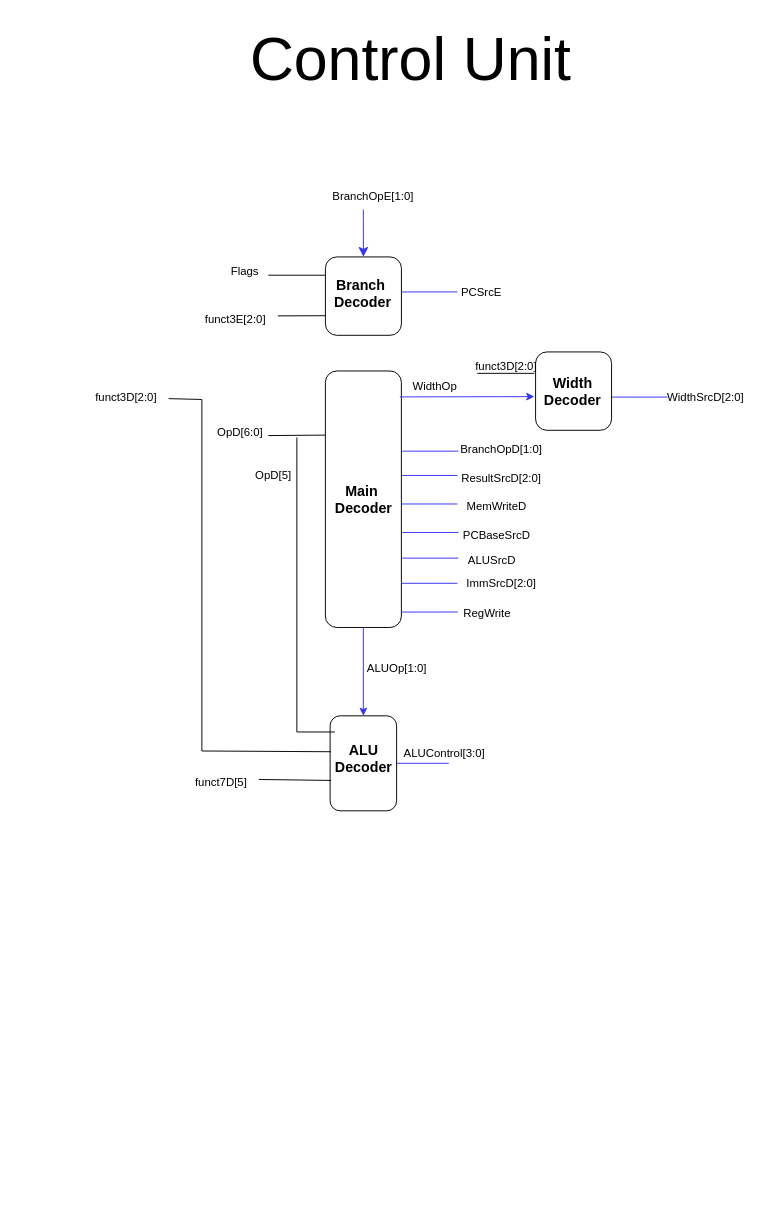
Before: page "Control Unit" (3 of 3) of Documentation/RISC-V Pipelined Schematic.drawio in Biggo03/RISC-V-Pipelined, a draw.io diagram. Source tidied: cells renumbered, new cells numbered last; positions are measured from the earlier drawing's top-left corner, leaving out a move shared by most shapes. Both pictures are drawn from the tidied source at 95%, with x=0, y=0 at pixel (83, 16).
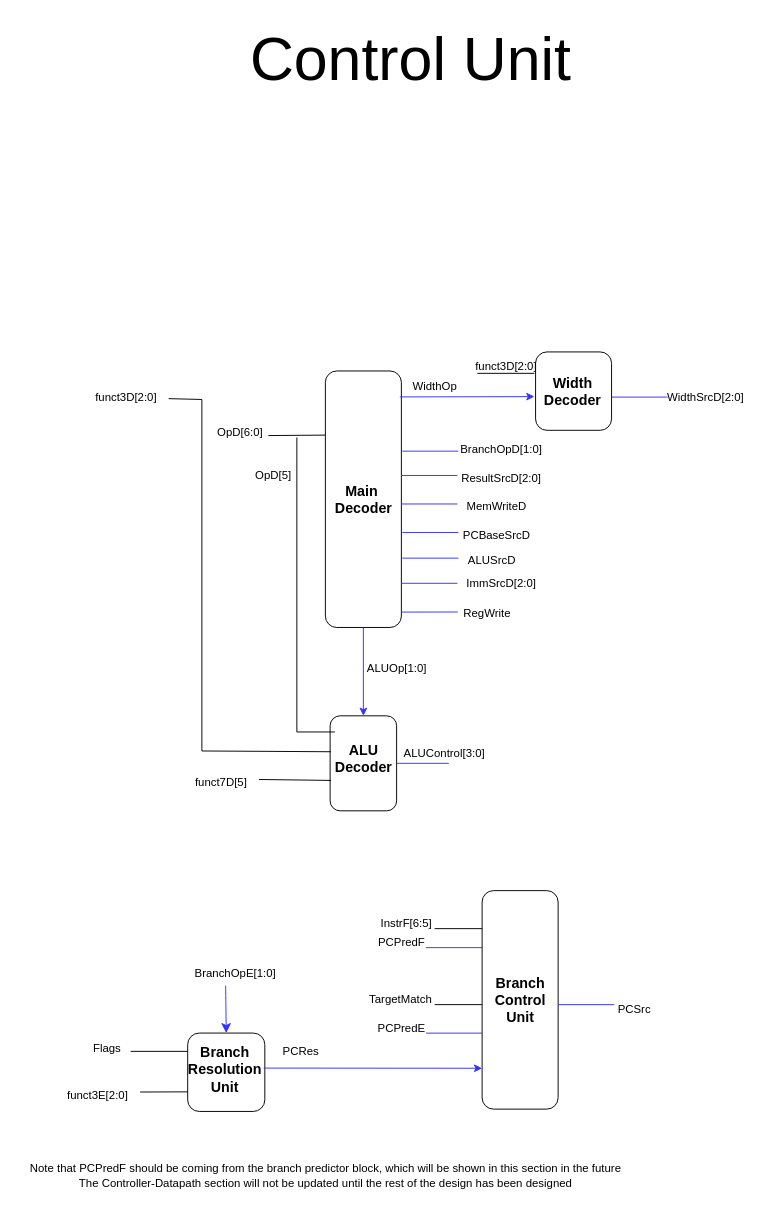
The same diagram, later.

Commit message:
Updated Branch portion of Control Unit

Change to the diagram source:
```diff
@@
     <mxCell id="33" style="endArrow=classic;html=1;rounded=0;fontSize=12;startSize=8;endSize=8;curved=1;strokeColor=#3333FF;entryX=0;entryY=0.5;entryDx=0;entryDy=0;" parent="1" edge="1" target="36">
       <mxGeometry relative="1" as="geometry">
-        <mxPoint x="295" y="203" as="sourcePoint" />
+        <mxPoint x="150" y="1020" as="sourcePoint" />
       </mxGeometry>
     </mxCell>
     <mxCell id="34" value="&lt;font style=&quot;font-size: 12px;&quot;&gt;BranchOpE[1:0]&lt;/font&gt;" style="text;html=1;align=center;verticalAlign=middle;strokeColor=none;fillColor=none;fontSize=16;" parent="1" vertex="1">
-      <mxGeometry x="250" y="173" width="110" height="30" as="geometry" />
+      <mxGeometry x="105" y="990" width="110" height="30" as="geometry" />
     </mxCell>
     <mxCell id="35" style="group;" parent="1" vertex="1">
-      <mxGeometry x="145" y="253" width="309" height="82.5" as="geometry" />
+      <mxGeometry y="1070" width="309" height="82.5" as="geometry" />
     </mxCell>
     <mxCell id="36" style="rounded=1;whiteSpace=wrap;html=1;rotation=90;" parent="35" vertex="1">
-      <mxGeometry x="108.8" y="1.2" width="82.5" height="80" as="geometry" />
+      <mxGeometry x="109.4" y="0.6" width="82.5" height="81.2" as="geometry" />
     </mxCell>
-    <mxCell id="37" value="&lt;b&gt;&lt;font style=&quot;font-size: 15px;&quot;&gt;Branch&amp;nbsp;&lt;/font&gt;&lt;/b&gt;&lt;div&gt;&lt;b&gt;&lt;font style=&quot;font-size: 15px;&quot;&gt;Decoder&lt;/font&gt;&lt;/b&gt;&lt;/div&gt;" style="text;html=1;align=center;verticalAlign=middle;strokeColor=none;fillColor=none;" parent="35" vertex="1">
-      <mxGeometry x="108.8" y="12.5" width="80" height="50" as="geometry" />
+    <mxCell id="37" value="&lt;span style=&quot;font-size: 15px;&quot;&gt;&lt;b&gt;Branch&lt;/b&gt;&lt;/span&gt;&lt;div&gt;&lt;span style=&quot;font-size: 15px;&quot;&gt;&lt;b&gt;Resolution&lt;/b&gt;&lt;/span&gt;&lt;/div&gt;&lt;div&gt;&lt;span style=&quot;font-size: 15px;&quot;&gt;&lt;b&gt;Unit&lt;/b&gt;&lt;/span&gt;&lt;/div&gt;" style="text;html=1;align=center;verticalAlign=middle;strokeColor=none;fillColor=none;" parent="35" vertex="1">
+      <mxGeometry x="98.8" y="2.5" width="100" height="70" as="geometry" />
     </mxCell>
@@
-    <mxCell id="40" style="endArrow=none;html=1;rounded=0;exitX=0.852;exitY=-0.008;exitDx=0;exitDy=0;exitPerimeter=0;strokeColor=#3333FF;" parent="35" edge="1">
+    <mxCell id="40" style="endArrow=classic;html=1;rounded=0;exitX=0.852;exitY=-0.008;exitDx=0;exitDy=0;exitPerimeter=0;strokeColor=#3333FF;entryX=0;entryY=0.813;entryDx=0;entryDy=0;entryPerimeter=0;endFill=1;" parent="35" edge="1" target="56">
       <mxGeometry relative="1" as="geometry">
         <mxPoint x="190" y="36.8" as="sourcePoint" />
-        <mxPoint x="249" y="36.8" as="targetPoint" />
       </mxGeometry>
     </mxCell>
+    <mxCell id="42" value="funct3E[2:0]" style="text;html=1;align=center;verticalAlign=middle;strokeColor=none;fillColor=none;" parent="35" vertex="1">
+      <mxGeometry x="-30" y="51" width="90" height="30" as="geometry" />
+    </mxCell>
-    <mxCell id="41" value="&lt;font style=&quot;font-size: 12px;&quot;&gt;PCSrcE&lt;/font&gt;" style="text;html=1;align=center;verticalAlign=middle;strokeColor=none;fillColor=none;fontSize=16;" parent="35" vertex="1">
-      <mxGeometry x="239" y="21" width="70" height="30" as="geometry" />
+    <mxCell id="41" value="&lt;font style=&quot;font-size: 12px;&quot;&gt;PCRes&lt;/font&gt;" style="text;html=1;align=center;verticalAlign=middle;strokeColor=none;fillColor=none;fontSize=16;" parent="35" vertex="1">
+      <mxGeometry x="198.8" y="2.5" width="60" height="30" as="geometry" />
     </mxCell>
-    <mxCell id="42" value="funct3E[2:0]" style="text;html=1;align=center;verticalAlign=middle;strokeColor=none;fillColor=none;" parent="35" vertex="1">
-      <mxGeometry x="-30" y="51" width="90" height="30" as="geometry" />
-    </mxCell>
@@
     <mxCell id="53" style="endArrow=none;html=1;rounded=0;entryX=0.75;entryY=1;entryDx=0;entryDy=0;" parent="1" edge="1" target="36">
       <mxGeometry relative="1" as="geometry">
-        <mxPoint x="205" y="315" as="sourcePoint" />
+        <mxPoint x="60" y="1132" as="sourcePoint" />
       </mxGeometry>
     </mxCell>
@@
+    <mxCell id="56" style="rounded=1;whiteSpace=wrap;html=1;" parent="1" vertex="1">
+      <mxGeometry x="420" y="920" width="80" height="230" as="geometry" />
+    </mxCell>
+    <mxCell id="57" value="&lt;span style=&quot;font-size: 15px;&quot;&gt;&lt;b&gt;Branch&lt;/b&gt;&lt;/span&gt;&lt;div&gt;&lt;span style=&quot;font-size: 15px;&quot;&gt;&lt;b&gt;Control&lt;/b&gt;&lt;/span&gt;&lt;/div&gt;&lt;div&gt;&lt;span style=&quot;font-size: 15px;&quot;&gt;&lt;b&gt;Unit&lt;/b&gt;&lt;/span&gt;&lt;/div&gt;" style="text;html=1;align=center;verticalAlign=middle;strokeColor=none;fillColor=none;" parent="1" vertex="1">
+      <mxGeometry x="420" y="1000" width="80" height="70" as="geometry" />
+    </mxCell>
+    <mxCell id="58" style="endArrow=none;html=1;rounded=0;entryX=0.75;entryY=1;entryDx=0;entryDy=0;" parent="1" edge="1">
+      <mxGeometry relative="1" as="geometry">
+        <mxPoint x="370" y="960" as="sourcePoint" />
+        <mxPoint x="420" y="960" as="targetPoint" />
+      </mxGeometry>
+    </mxCell>
+    <mxCell id="59" value="InstrF[6:5]" style="text;html=1;align=center;verticalAlign=middle;strokeColor=none;fillColor=none;" parent="1" vertex="1">
+      <mxGeometry x="300" y="940" width="80" height="30" as="geometry" />
+    </mxCell>
+    <mxCell id="60" style="endArrow=none;html=1;rounded=0;exitX=0.852;exitY=-0.008;exitDx=0;exitDy=0;exitPerimeter=0;strokeColor=#3333FF;" parent="1" edge="1">
+      <mxGeometry relative="1" as="geometry">
+        <mxPoint x="361" y="980" as="sourcePoint" />
+        <mxPoint x="420" y="980" as="targetPoint" />
+      </mxGeometry>
+    </mxCell>
+    <mxCell id="61" value="PCPredF" style="text;html=1;align=center;verticalAlign=middle;strokeColor=none;fillColor=none;" parent="1" vertex="1">
+      <mxGeometry x="300" y="960" width="70" height="30" as="geometry" />
+    </mxCell>
+    <mxCell id="62" style="endArrow=none;html=1;rounded=0;exitX=0.852;exitY=-0.008;exitDx=0;exitDy=0;exitPerimeter=0;strokeColor=#3333FF;" parent="1" edge="1">
+      <mxGeometry relative="1" as="geometry">
+        <mxPoint x="500" y="1040" as="sourcePoint" />
+        <mxPoint x="559" y="1040" as="targetPoint" />
+      </mxGeometry>
+    </mxCell>
+    <mxCell id="63" value="PCSrc" style="text;html=1;align=center;verticalAlign=middle;strokeColor=none;fillColor=none;" parent="1" vertex="1">
+      <mxGeometry x="550" y="1030" width="60" height="30" as="geometry" />
+    </mxCell>
+    <mxCell id="64" style="endArrow=none;html=1;rounded=0;entryX=0.75;entryY=1;entryDx=0;entryDy=0;" parent="1" edge="1">
+      <mxGeometry relative="1" as="geometry">
+        <mxPoint x="370" y="1040" as="sourcePoint" />
+        <mxPoint x="420" y="1040" as="targetPoint" />
+      </mxGeometry>
+    </mxCell>
+    <mxCell id="65" value="TargetMatch" style="text;html=1;align=center;verticalAlign=middle;strokeColor=none;fillColor=none;" parent="1" vertex="1">
+      <mxGeometry x="289" y="1020" width="90" height="30" as="geometry" />
+    </mxCell>
+    <mxCell id="66" style="endArrow=none;html=1;rounded=0;exitX=0.852;exitY=-0.008;exitDx=0;exitDy=0;exitPerimeter=0;strokeColor=#3333FF;" parent="1" edge="1">
+      <mxGeometry relative="1" as="geometry">
+        <mxPoint x="361" y="1070" as="sourcePoint" />
+        <mxPoint x="420" y="1070" as="targetPoint" />
+      </mxGeometry>
+    </mxCell>
+    <mxCell id="67" value="PCPredE" style="text;html=1;align=center;verticalAlign=middle;strokeColor=none;fillColor=none;" parent="1" vertex="1">
+      <mxGeometry x="300" y="1050" width="70" height="30" as="geometry" />
+    </mxCell>
+    <mxCell id="68" value="Note that PCPredF should be coming from the branch predictor block, which will be shown in this section in the future&lt;div&gt;The Controller-Datapath section will not be updated until the rest of the design has been designed&lt;/div&gt;" style="text;html=1;align=center;verticalAlign=middle;strokeColor=none;fillColor=none;" parent="1" vertex="1">
+      <mxGeometry x="-70" y="1200" width="650" height="40" as="geometry" />
+    </mxCell>
```
